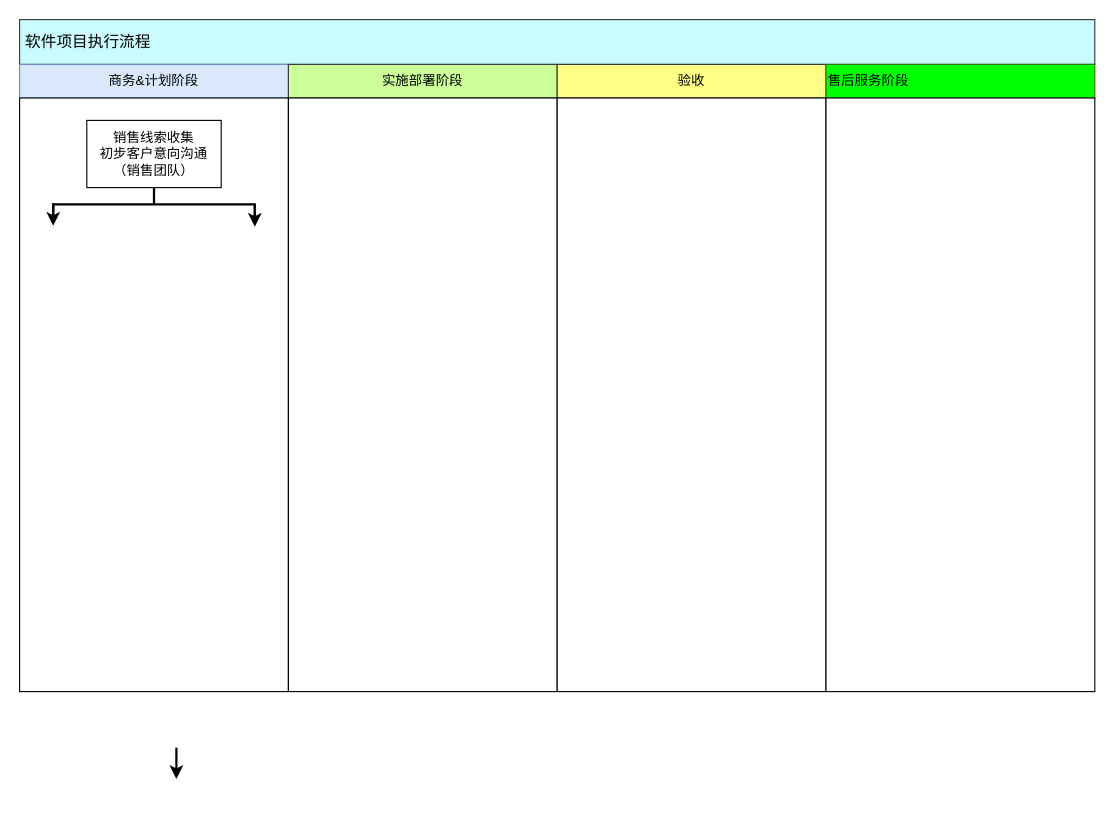
Above: 未命名绘图.drawio in pingxinerlun/Demo (draw.io), before the change. Source tidied: cells renumbered, new cells numbered last; positions are measured from the earlier drawing's top-left corner, leaving out a move shared by most shapes. Both pictures are drawn from the tidied source at 112%, with x=0, y=0 at pixel (19, 19).
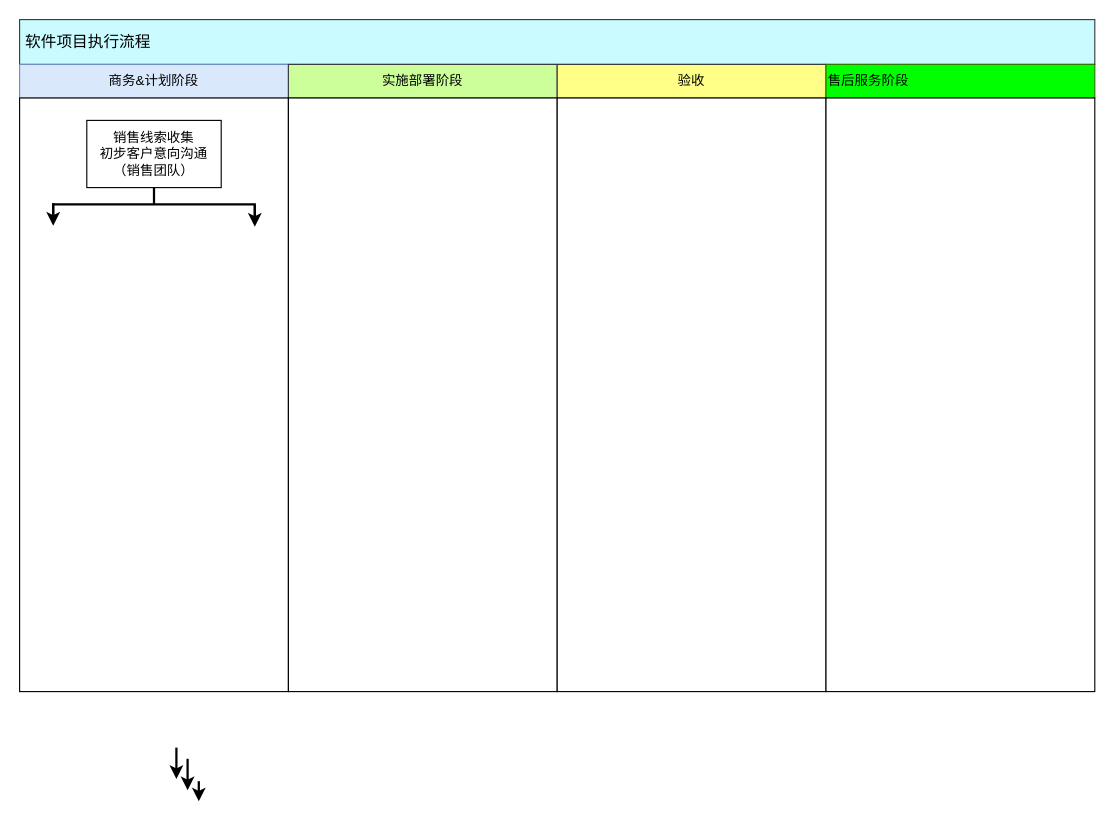
The same diagram, later.

Change to the diagram source:
```diff
@@
+    <mxCell id="16" style="endArrow=classic;html=1;endSize=6;strokeWidth=2;" parent="1" edge="1">
+      <mxGeometry relative="1" as="geometry">
+        <mxPoint x="150" y="660" as="sourcePoint" />
+        <mxPoint x="150" y="688" as="targetPoint" />
+      </mxGeometry>
+    </mxCell>
+    <mxCell id="17" style="endArrow=classic;html=1;endSize=6;strokeWidth=2;" parent="1" edge="1">
+      <mxGeometry relative="1" as="geometry">
+        <mxPoint x="160" y="680" as="sourcePoint" />
+        <mxPoint x="160" y="698" as="targetPoint" />
+      </mxGeometry>
+    </mxCell>
```
